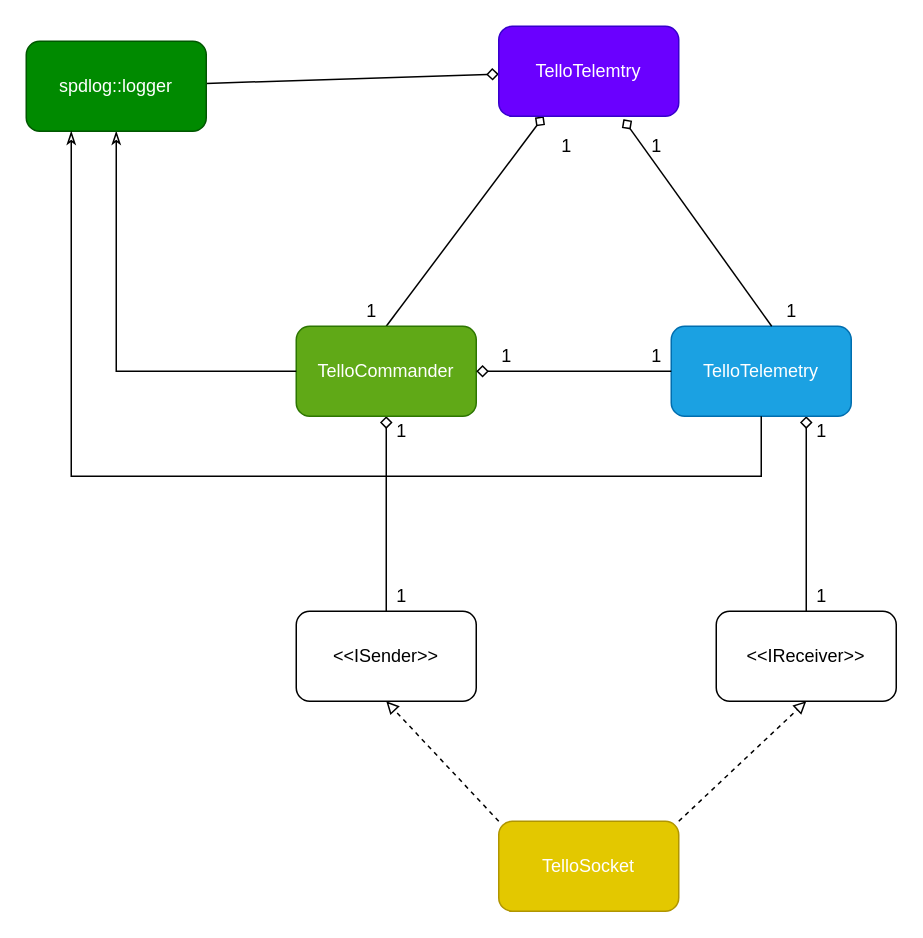
GalBrandwine/tello_driver keeps this draw.io diagram as page "ClassRelation" (1 of 6) of docs/TelloDriver.drawio. Above is the earlier version. Source tidied: cells renumbered, new cells numbered last; positions are measured from the earlier drawing's top-left corner, leaving out a move shared by most shapes. Both pictures are drawn from the tidied source at 150%, with x=0, y=0 at pixel (26, 26).
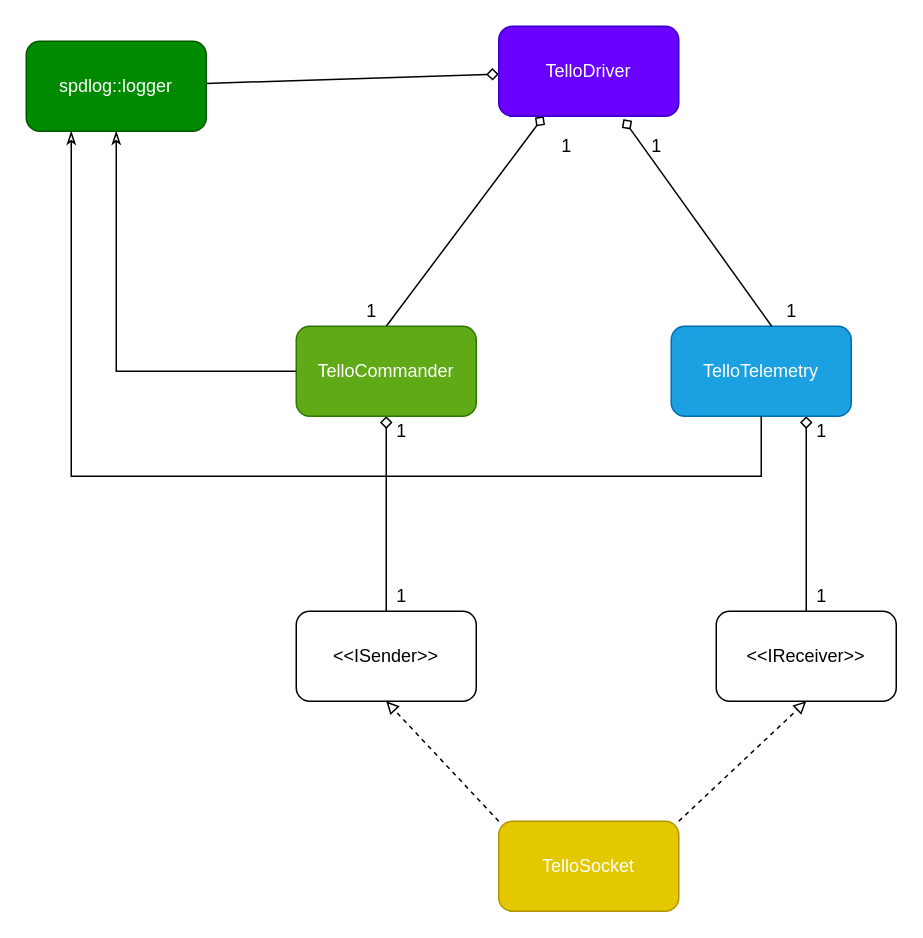
The same page after the edit.

The change refers to these unchanged cells:
```xml
<mxCell id="6" value="&lt;div style=&quot;line-height: 19px&quot;&gt;TelloCommander&lt;/div&gt;" style="rounded=1;whiteSpace=wrap;html=1;fillColor=#60a917;strokeColor=#2D7600;fontColor=#ffffff;" parent="1" vertex="1">
  <mxGeometry x="180" y="200" width="120" height="60" as="geometry" />
</mxCell>
<mxCell id="8" value="&lt;div style=&quot;line-height: 19px&quot;&gt;&lt;div style=&quot;line-height: 19px&quot;&gt;TelloTelemetry&lt;/div&gt;&lt;/div&gt;" style="rounded=1;whiteSpace=wrap;html=1;fillColor=#1ba1e2;strokeColor=#006EAF;fontColor=#ffffff;" parent="1" vertex="1">
  <mxGeometry x="430" y="200" width="120" height="60" as="geometry" />
</mxCell>
```

Change to the diagram source:
```diff
@@
-    <mxCell id="4" value="TelloTelemtry" style="rounded=1;whiteSpace=wrap;html=1;fillColor=#6a00ff;strokeColor=#3700CC;fontColor=#ffffff;" parent="1" vertex="1">
+    <mxCell id="4" value="TelloDriver" style="rounded=1;whiteSpace=wrap;html=1;fillColor=#6a00ff;strokeColor=#3700CC;fontColor=#ffffff;" parent="1" vertex="1">
       <mxGeometry x="315" width="120" height="60" as="geometry" />
     </mxCell>
@@
-    <mxCell id="10" style="rounded=0;jettySize=auto;html=1;exitX=0;exitY=0.5;exitDx=0;exitDy=0;entryX=1;entryY=0.5;entryDx=0;entryDy=0;endArrow=diamond;endFill=0;" parent="1" edge="1" source="8" target="6">
-      <mxGeometry relative="1" as="geometry" />
-    </mxCell>
-    <mxCell id="11" value="1" style="text;html=1;align=center;verticalAlign=middle;" parent="1" vertex="1">
-      <mxGeometry x="310" y="210" width="20" height="20" as="geometry" />
-    </mxCell>
-    <mxCell id="12" value="1" style="text;html=1;align=center;verticalAlign=middle;" parent="1" vertex="1">
-      <mxGeometry x="410" y="210" width="20" height="20" as="geometry" />
-    </mxCell>
```
